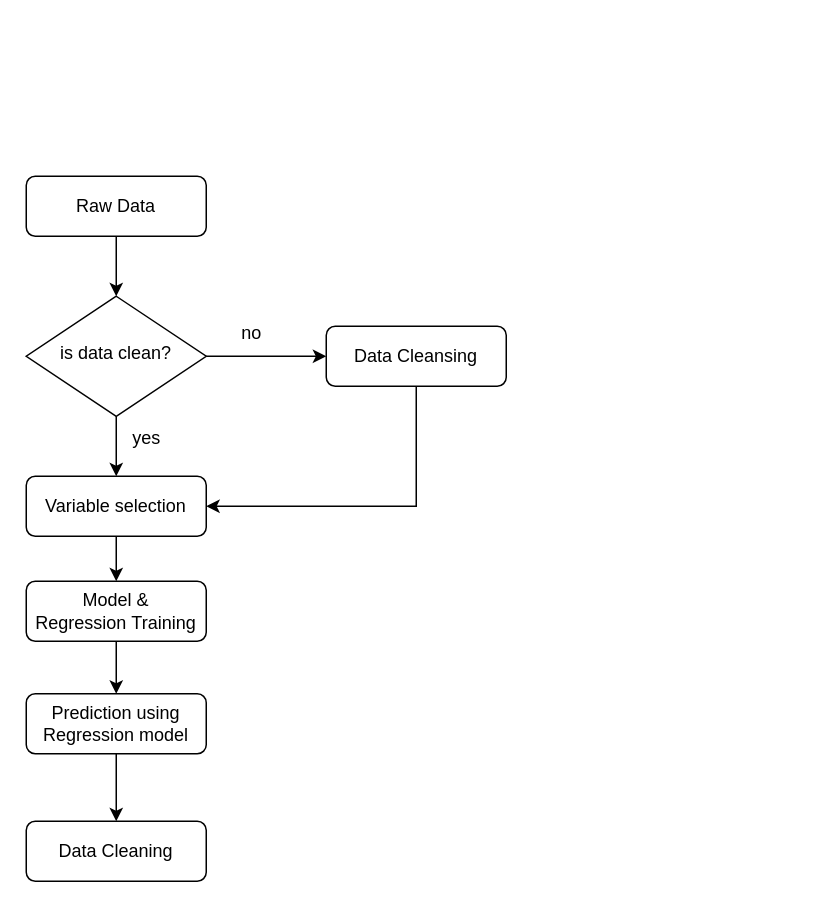
The draw.io diagram Untitled Diagram.drawio in R121-NO-1/R121-NO-1, before the edit. Source tidied: cells renumbered, new cells numbered last; positions are measured from the earlier drawing's top-left corner, leaving out a move shared by most shapes. Both pictures are drawn from the tidied source at 150%, with x=0, y=0 at pixel (26, 176).
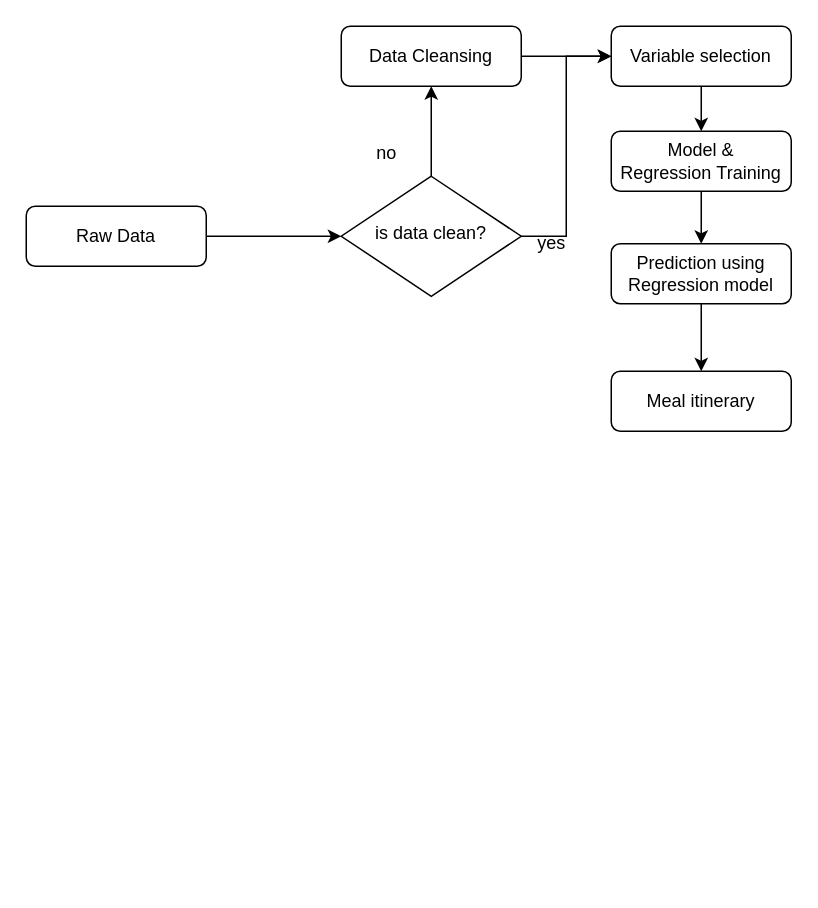
The same diagram, later.

The edit, as a diff of the source:
```diff
@@
 <mxGraphModel>
   <root>
     <mxCell id="0" />
     <mxCell id="1" parent="0" />
-    <mxCell id="2" style="edgeStyle=orthogonalEdgeStyle;rounded=0;jettySize=auto;html=1;entryX=0.5;entryY=0;entryDx=0;entryDy=0;" parent="1" edge="1" source="3" target="6">
+    <mxCell id="2" style="edgeStyle=orthogonalEdgeStyle;rounded=0;jettySize=auto;html=1;entryX=0;entryY=0.5;entryDx=0;entryDy=0;" parent="1" edge="1" source="3" target="6">
       <mxGeometry relative="1" as="geometry" />
     </mxCell>
     <mxCell id="3" value="Raw Data" style="rounded=1;whiteSpace=wrap;html=1;fontSize=12;glass=0;strokeWidth=1;shadow=0;" parent="1" vertex="1">
-      <mxGeometry width="120" height="40" as="geometry" />
+      <mxGeometry y="20" width="120" height="40" as="geometry" />
     </mxCell>
+    <mxCell id="5" style="edgeStyle=orthogonalEdgeStyle;rounded=0;jettySize=auto;html=1;entryX=0.5;entryY=1;entryDx=0;entryDy=0;" parent="1" edge="1" source="6" target="8">
+      <mxGeometry relative="1" as="geometry" />
+    </mxCell>
-    <mxCell id="4" style="edgeStyle=orthogonalEdgeStyle;rounded=0;jettySize=auto;html=1;" parent="1" edge="1" source="6" target="10">
+    <mxCell id="4" style="edgeStyle=orthogonalEdgeStyle;rounded=0;jettySize=auto;html=1;exitX=1;exitY=0.5;exitDx=0;exitDy=0;entryX=0;entryY=0.5;entryDx=0;entryDy=0;" parent="1" edge="1" source="6" target="10">
       <mxGeometry relative="1" as="geometry" />
     </mxCell>
-    <mxCell id="5" style="edgeStyle=orthogonalEdgeStyle;rounded=0;jettySize=auto;html=1;exitX=1;exitY=0.5;exitDx=0;exitDy=0;entryX=0;entryY=0.5;entryDx=0;entryDy=0;" parent="1" edge="1" source="6" target="8">
-      <mxGeometry relative="1" as="geometry" />
-    </mxCell>
     <mxCell id="6" value="is data clean?" style="rhombus;whiteSpace=wrap;html=1;shadow=0;fontFamily=Helvetica;fontSize=12;align=center;strokeWidth=1;spacing=6;spacingTop=-4;" parent="1" vertex="1">
-      <mxGeometry y="80" width="120" height="80" as="geometry" />
+      <mxGeometry x="210" width="120" height="80" as="geometry" />
     </mxCell>
-    <mxCell id="7" style="edgeStyle=orthogonalEdgeStyle;rounded=0;jettySize=auto;html=1;entryX=1;entryY=0.5;entryDx=0;entryDy=0;" parent="1" edge="1" source="8" target="10">
-      <mxGeometry relative="1" as="geometry">
-        <Array as="points">
-          <mxPoint x="260" y="220" />
-        </Array>
-      </mxGeometry>
+    <mxCell id="7" style="edgeStyle=orthogonalEdgeStyle;rounded=0;jettySize=auto;html=1;entryX=0;entryY=0.5;entryDx=0;entryDy=0;" parent="1" edge="1" source="8" target="10">
+      <mxGeometry relative="1" as="geometry" />
     </mxCell>
     <mxCell id="8" value="Data Cleansing" style="rounded=1;whiteSpace=wrap;html=1;fontSize=12;glass=0;strokeWidth=1;shadow=0;" parent="1" vertex="1">
-      <mxGeometry x="200" y="100" width="120" height="40" as="geometry" />
+      <mxGeometry x="210" y="-100" width="120" height="40" as="geometry" />
     </mxCell>
     <mxCell id="9" style="edgeStyle=orthogonalEdgeStyle;rounded=0;jettySize=auto;html=1;entryX=0.5;entryY=0;entryDx=0;entryDy=0;" parent="1" edge="1" source="10" target="12">
       <mxGeometry relative="1" as="geometry" />
     </mxCell>
     <mxCell id="10" value="Variable selection" style="rounded=1;whiteSpace=wrap;html=1;fontSize=12;glass=0;strokeWidth=1;shadow=0;" parent="1" vertex="1">
-      <mxGeometry y="200" width="120" height="40" as="geometry" />
+      <mxGeometry x="390" y="-100" width="120" height="40" as="geometry" />
     </mxCell>
     <mxCell id="11" style="edgeStyle=orthogonalEdgeStyle;rounded=0;jettySize=auto;html=1;entryX=0.5;entryY=0;entryDx=0;entryDy=0;" parent="1" edge="1" source="12" target="14">
       <mxGeometry relative="1" as="geometry" />
     </mxCell>
     <mxCell id="12" value="Model &amp;amp; Regression&amp;nbsp;Training " style="rounded=1;whiteSpace=wrap;html=1;fontSize=12;glass=0;strokeWidth=1;shadow=0;" parent="1" vertex="1">
-      <mxGeometry y="270" width="120" height="40" as="geometry" />
+      <mxGeometry x="390" y="-30" width="120" height="40" as="geometry" />
     </mxCell>
     <mxCell id="13" style="edgeStyle=orthogonalEdgeStyle;rounded=0;jettySize=auto;html=1;entryX=0.5;entryY=0;entryDx=0;entryDy=0;" parent="1" edge="1" source="14" target="15">
       <mxGeometry relative="1" as="geometry" />
     </mxCell>
     <mxCell id="14" value="Prediction using Regression model" style="rounded=1;whiteSpace=wrap;html=1;fontSize=12;glass=0;strokeWidth=1;shadow=0;" parent="1" vertex="1">
-      <mxGeometry y="345" width="120" height="40" as="geometry" />
+      <mxGeometry x="390" y="45" width="120" height="40" as="geometry" />
     </mxCell>
-    <mxCell id="15" value="Data Cleaning" style="rounded=1;whiteSpace=wrap;html=1;fontSize=12;glass=0;strokeWidth=1;shadow=0;" parent="1" vertex="1">
-      <mxGeometry y="430" width="120" height="40" as="geometry" />
+    <mxCell id="15" value="Meal itinerary" style="rounded=1;whiteSpace=wrap;html=1;fontSize=12;glass=0;strokeWidth=1;shadow=0;" parent="1" vertex="1">
+      <mxGeometry x="390" y="130" width="120" height="40" as="geometry" />
     </mxCell>
     <mxCell id="16" value="yes" style="text;html=1;align=center;verticalAlign=middle;strokeColor=none;fillColor=none;" parent="1" vertex="1">
-      <mxGeometry x="60" y="160" width="40" height="30" as="geometry" />
+      <mxGeometry x="330" y="30" width="40" height="30" as="geometry" />
     </mxCell>
     <mxCell id="17" value="no" style="text;html=1;align=center;verticalAlign=middle;strokeColor=none;fillColor=none;" parent="1" vertex="1">
-      <mxGeometry x="130" y="90" width="40" height="30" as="geometry" />
+      <mxGeometry x="220" y="-30" width="40" height="30" as="geometry" />
     </mxCell>
   </root>
 </mxGraphModel>
```
